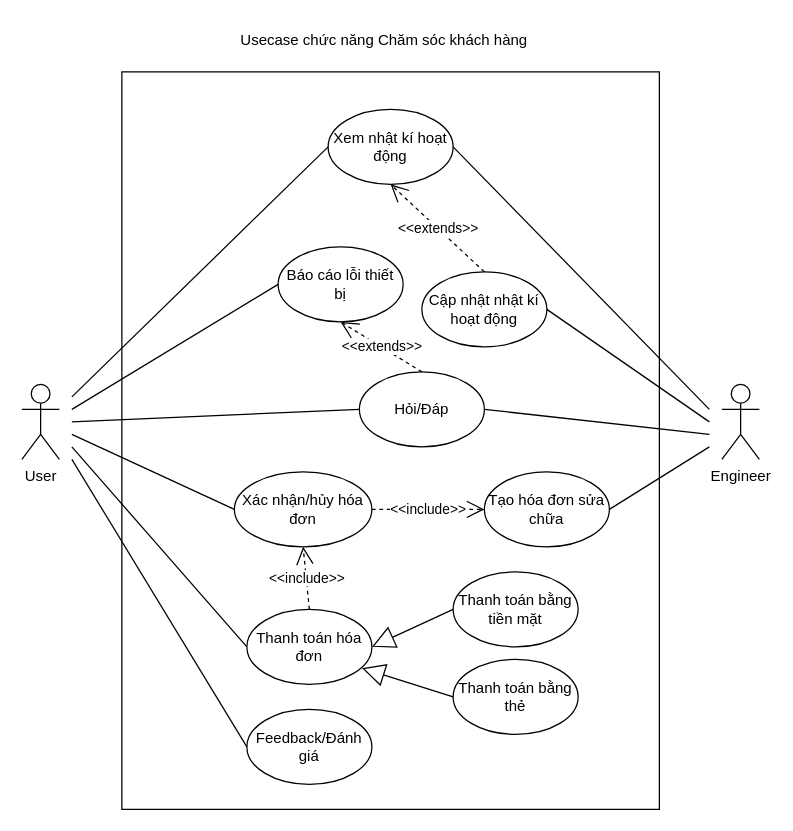
Earlier version of the draw.io diagram Usecase diagram/customer_service_usecase.drawio (cuongceg/BTL-IT3120). Source tidied: cells renumbered, new cells numbered last; positions are measured from the earlier drawing's top-left corner, leaving out a move shared by most shapes. Both pictures are drawn from the tidied source at 125%, with x=0, y=0 at pixel (21, 21).
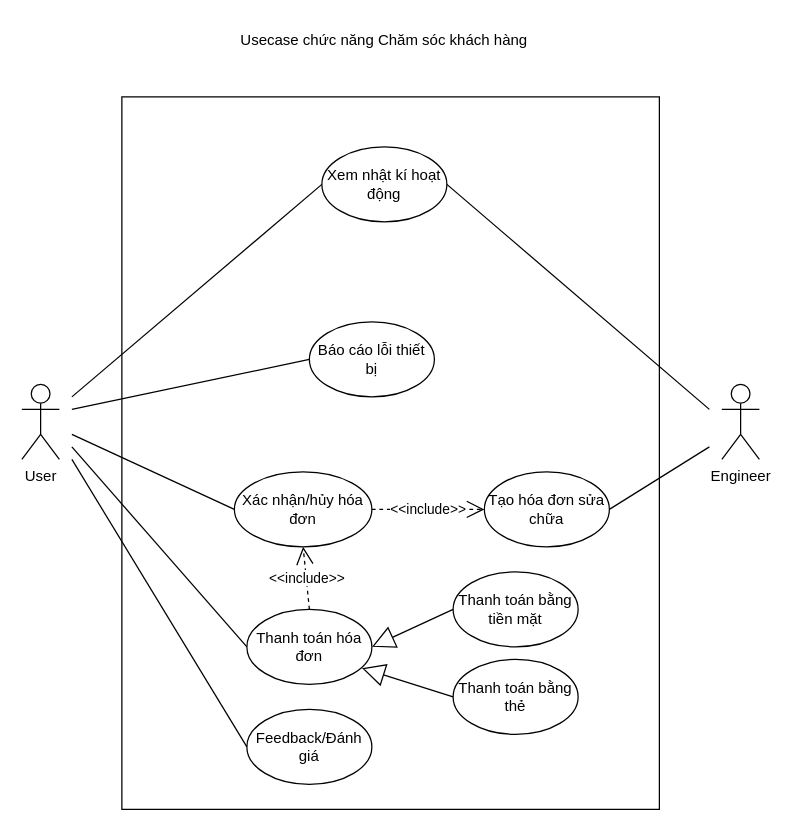
The same page after the edit.

Commit message:
refactor : deleted some wrong usecases

What changed in the source:
```diff
@@
     <mxCell id="3" style="rounded=0;whiteSpace=wrap;html=1;" parent="1" vertex="1">
-      <mxGeometry x="80" y="40" width="430" height="590" as="geometry" />
+      <mxGeometry x="80" y="60" width="430" height="570" as="geometry" />
     </mxCell>
@@
     <mxCell id="5" value="Xem nhật kí hoạt động " style="ellipse;whiteSpace=wrap;html=1;" parent="1" vertex="1">
-      <mxGeometry x="245" y="70" width="100" height="60" as="geometry" />
+      <mxGeometry x="240" y="100" width="100" height="60" as="geometry" />
     </mxCell>
     <mxCell id="6" value="&lt;div&gt;Báo cáo lỗi thiết bị&lt;/div&gt;" style="ellipse;whiteSpace=wrap;html=1;" parent="1" vertex="1">
-      <mxGeometry x="205" y="180" width="100" height="60" as="geometry" />
+      <mxGeometry x="230" y="240" width="100" height="60" as="geometry" />
     </mxCell>
@@
-    <mxCell id="10" value="Hỏi/Đáp" style="ellipse;whiteSpace=wrap;html=1;" parent="1" vertex="1">
-      <mxGeometry x="270" y="280" width="100" height="60" as="geometry" />
-    </mxCell>
@@
-    <mxCell id="15" style="endArrow=none;html=1;rounded=0;exitX=1;exitY=0.5;exitDx=0;exitDy=0;" parent="1" edge="1" source="10">
-      <mxGeometry relative="1" as="geometry">
-        <mxPoint x="550" y="330" as="targetPoint" />
-      </mxGeometry>
-    </mxCell>
@@
-    <mxCell id="20" style="endArrow=none;html=1;rounded=0;entryX=0;entryY=0.5;entryDx=0;entryDy=0;" parent="1" edge="1" target="10">
-      <mxGeometry relative="1" as="geometry">
-        <mxPoint x="40" y="320" as="sourcePoint" />
-      </mxGeometry>
-    </mxCell>
@@
-    <mxCell id="23" value="Cập nhật nhật kí hoạt động" style="ellipse;whiteSpace=wrap;html=1;" parent="1" vertex="1">
-      <mxGeometry x="320" y="200" width="100" height="60" as="geometry" />
-    </mxCell>
-    <mxCell id="24" style="endArrow=none;html=1;rounded=0;exitX=1;exitY=0.5;exitDx=0;exitDy=0;" parent="1" edge="1" source="23">
-      <mxGeometry relative="1" as="geometry">
-        <mxPoint x="550" y="320" as="targetPoint" />
-      </mxGeometry>
-    </mxCell>
-    <mxCell id="25" value="&amp;lt;&amp;lt;extends&amp;gt;&amp;gt;" style="endArrow=open;endSize=12;dashed=1;html=1;rounded=0;exitX=0.5;exitY=0;exitDx=0;exitDy=0;entryX=0.5;entryY=1;entryDx=0;entryDy=0;" parent="1" edge="1" source="10" target="6">
-      <mxGeometry relative="1" as="geometry" />
-    </mxCell>
-    <mxCell id="26" value="&amp;lt;&amp;lt;extends&amp;gt;&amp;gt;" style="endArrow=open;endSize=12;dashed=1;html=1;rounded=0;entryX=0.5;entryY=1;entryDx=0;entryDy=0;exitX=0.5;exitY=0;exitDx=0;exitDy=0;" parent="1" edge="1" source="23" target="5">
-      <mxGeometry relative="1" as="geometry" />
-    </mxCell>
```
